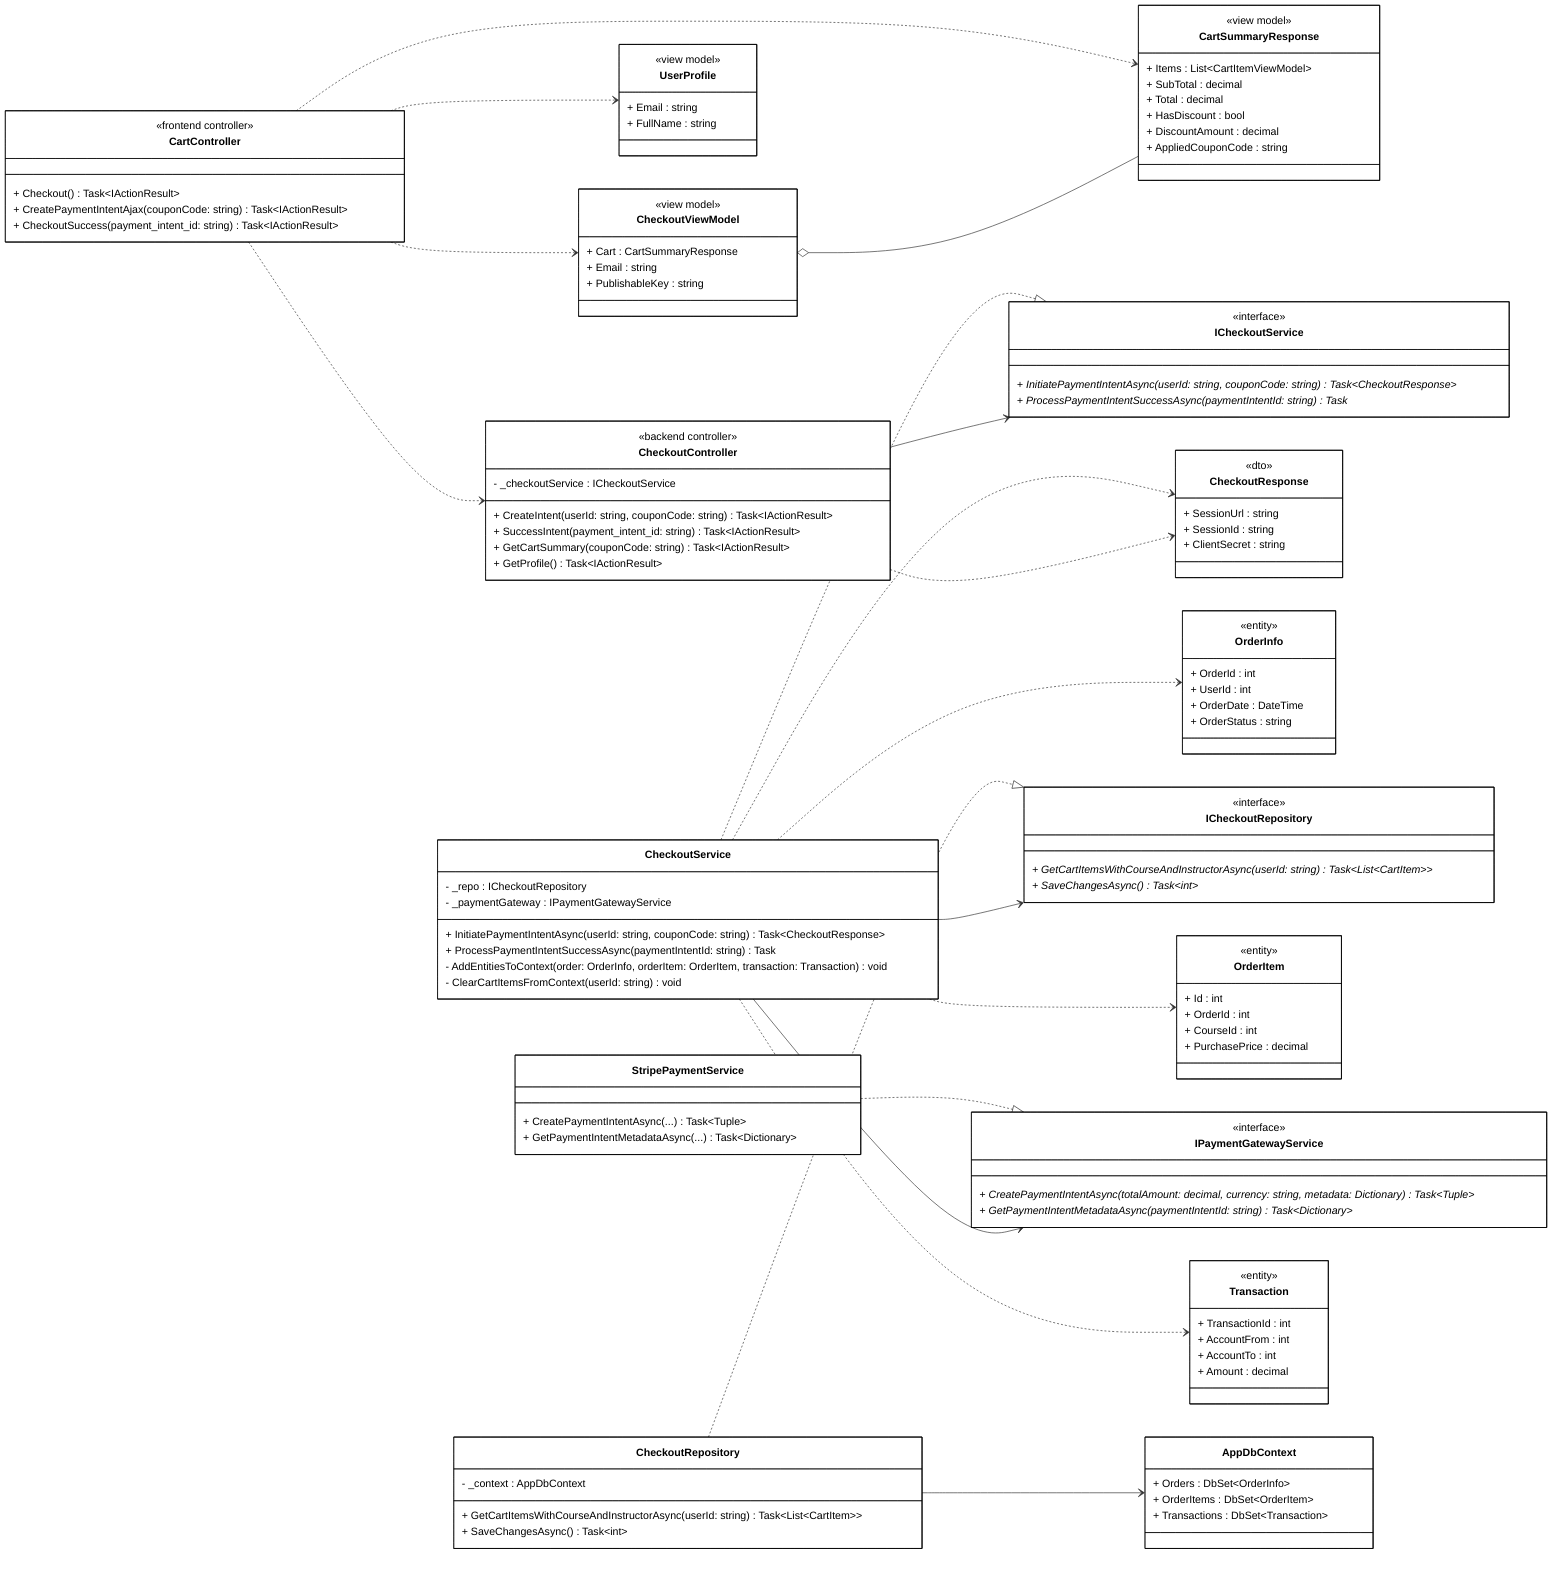
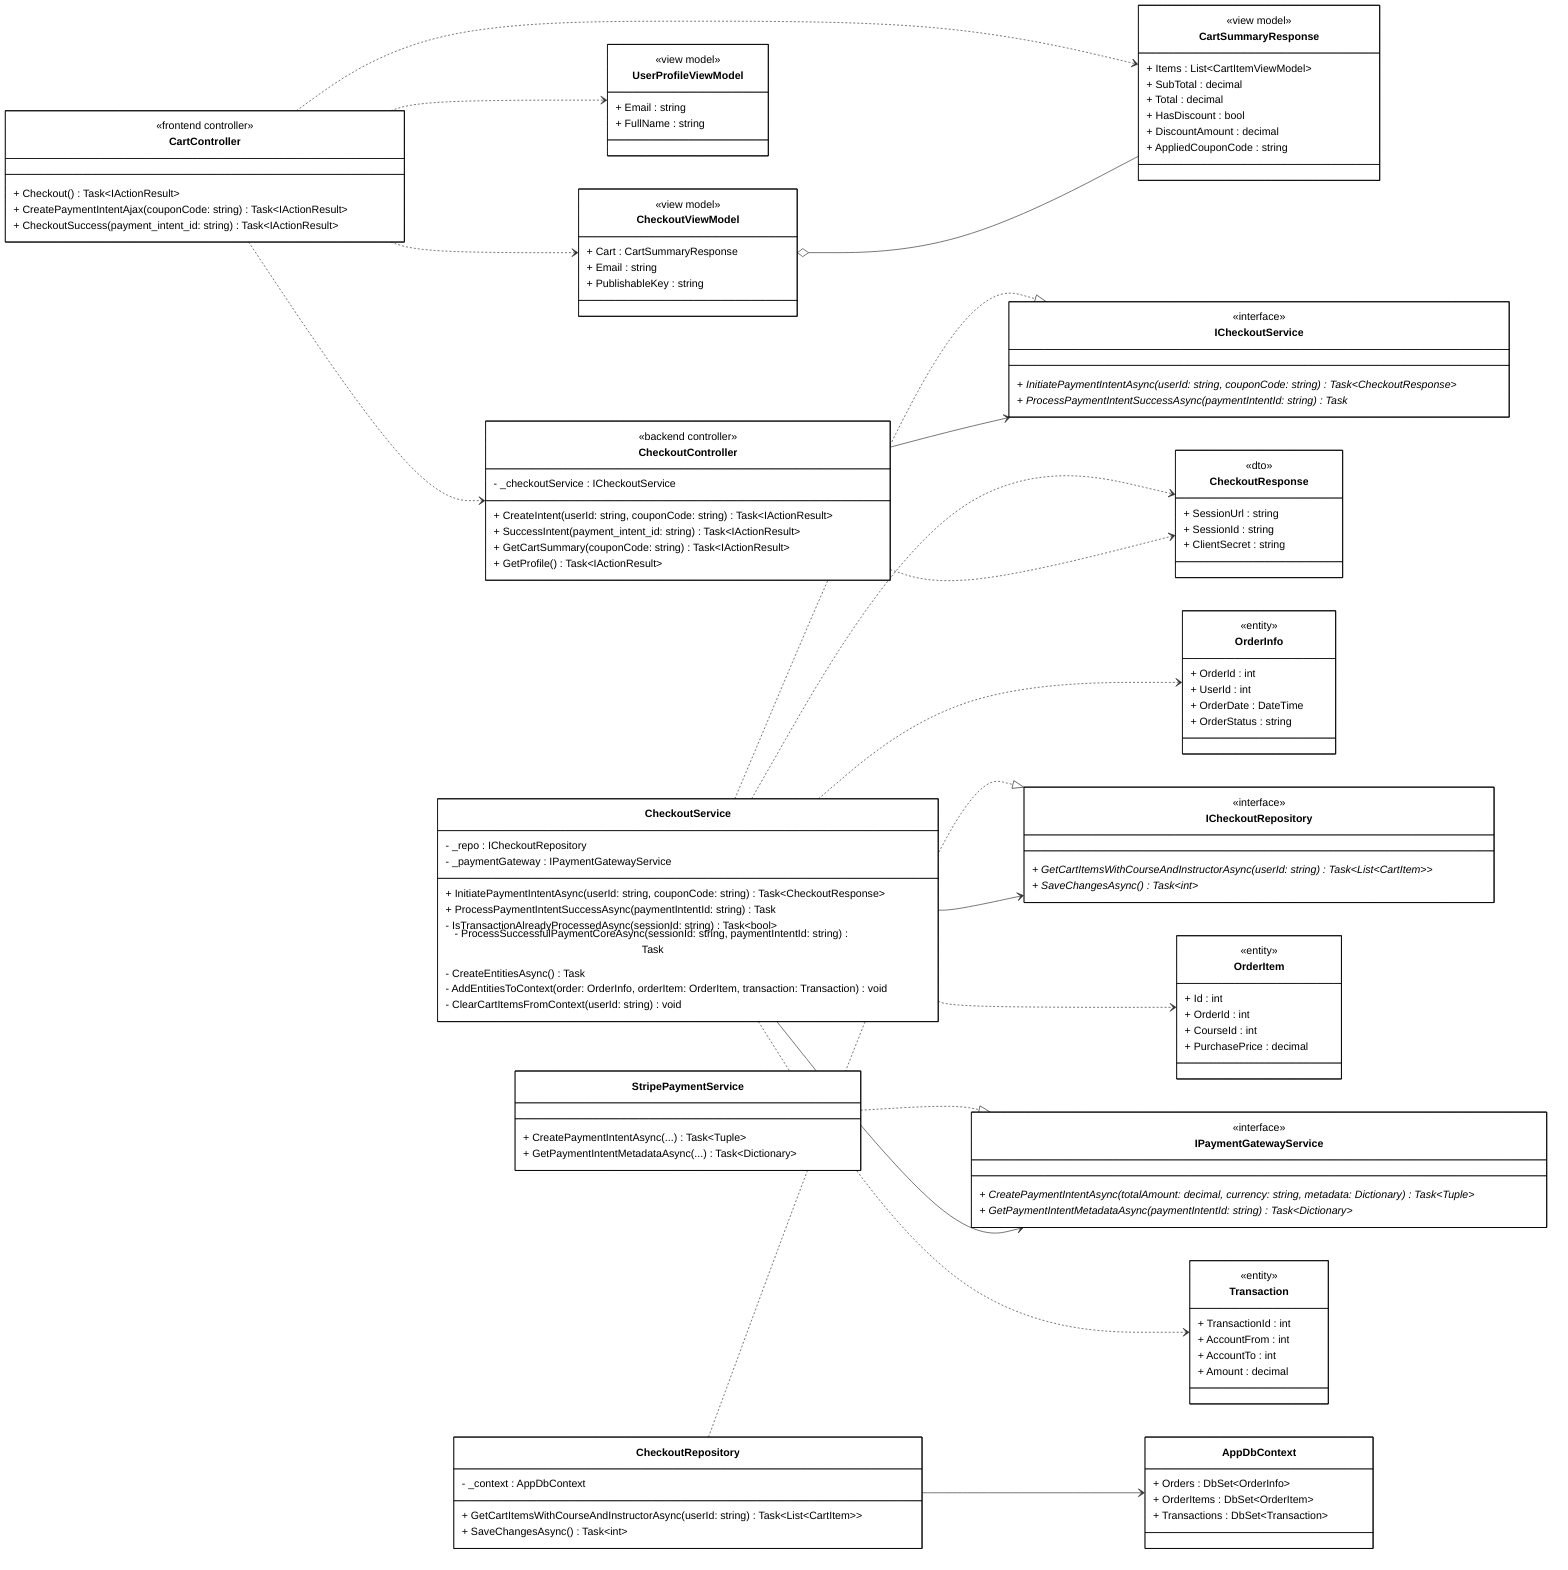
```mermaid
classDiagram
direction LR

%% ==================== FRONTEND ====================

class CartControllerFE["CartController"] {
    <<frontend controller>>
    + Checkout() Task~IActionResult~
    + CreatePaymentIntentAjax(couponCode: string) Task~IActionResult~
    + CheckoutSuccess(payment_intent_id: string) Task~IActionResult~
}

class CheckoutViewModel {
    <<view model>>
    + Cart : CartSummaryResponse
    + Email : string
    + PublishableKey : string
}

class CartSummaryResponse {
    <<view model>>
    + Items : List~CartItemViewModel~
    + SubTotal : decimal
    + Total : decimal
    + HasDiscount : bool
    + DiscountAmount : decimal
    + AppliedCouponCode : string
}

- class UserProfile {
+ class UserProfileViewModel {
    <<view model>>
    + Email : string
    + FullName : string
}

%% ==================== BACKEND - CONTROLLERS ====================

class CheckoutControllerBE["CheckoutController"] {
    <<backend controller>>
    - _checkoutService : ICheckoutService
    + CreateIntent(userId: string, couponCode: string) Task~IActionResult~
    + SuccessIntent(payment_intent_id: string) Task~IActionResult~
    + GetCartSummary(couponCode: string) Task~IActionResult~
    + GetProfile() Task~IActionResult~
}

%% ==================== BACKEND - DTOs ====================

class CheckoutResponse {
    <<dto>>
    + SessionUrl : string
    + SessionId : string
    + ClientSecret : string
}

%% ==================== BACKEND - DOMAIN ENTITIES ====================

class OrderInfo {
    <<entity>>
    + OrderId : int
    + UserId : int
    + OrderDate : DateTime
    + OrderStatus : string
}

class OrderItem {
    <<entity>>
    + Id : int
    + OrderId : int
    + CourseId : int
    + PurchasePrice : decimal
}

class Transaction {
    <<entity>>
    + TransactionId : int
    + AccountFrom : int
    + AccountTo : int
    + Amount : decimal
}

%% ==================== BACKEND - SERVICE INTERFACES ====================

class ICheckoutService {
    <<interface>>
    + InitiatePaymentIntentAsync(userId: string, couponCode: string) Task~CheckoutResponse~ *
    + ProcessPaymentIntentSuccessAsync(paymentIntentId: string) Task *
}

class ICheckoutRepository {
    <<interface>>
    + GetCartItemsWithCourseAndInstructorAsync(userId: string) Task~List~CartItem~~ *
    + SaveChangesAsync() Task~int~ *
}

class IPaymentGatewayService {
    <<interface>>
    + CreatePaymentIntentAsync(totalAmount: decimal, currency: string, metadata: Dictionary) Task~Tuple~ *
    + GetPaymentIntentMetadataAsync(paymentIntentId: string) Task~Dictionary~ *
}

%% ==================== BACKEND - IMPLEMENTATIONS ====================

class CheckoutService {
    - _repo : ICheckoutRepository
    - _paymentGateway : IPaymentGatewayService
    + InitiatePaymentIntentAsync(userId: string, couponCode: string) Task~CheckoutResponse~
    + ProcessPaymentIntentSuccessAsync(paymentIntentId: string) Task
+     - IsTransactionAlreadyProcessedAsync(sessionId: string) Task~bool~
+     - ProcessSuccessfulPaymentCoreAsync(sessionId: string, paymentIntentId: string) Task
+     - CreateEntitiesAsync() Task
    - AddEntitiesToContext(order: OrderInfo, orderItem: OrderItem, transaction: Transaction) void
    - ClearCartItemsFromContext(userId: string) void
}

class CheckoutRepository {
    - _context : AppDbContext
    + GetCartItemsWithCourseAndInstructorAsync(userId: string) Task~List~CartItem~~
    + SaveChangesAsync() Task~int~
}

class StripePaymentService {
    + CreatePaymentIntentAsync(...) Task~Tuple~
    + GetPaymentIntentMetadataAsync(...) Task~Dictionary~
}

class AppDbContext {
    + Orders : DbSet~OrderInfo~
    + OrderItems : DbSet~OrderItem~
    + Transactions : DbSet~Transaction~
}

%% ==================== RELATIONSHIPS ====================

%% === AGGREGATION ===
CheckoutViewModel o-- CartSummaryResponse

%% === UNIDIRECTIONAL ASSOCIATION (solid arrow) ===
CheckoutControllerBE --> ICheckoutService
CheckoutService --> ICheckoutRepository
CheckoutService --> IPaymentGatewayService
CheckoutRepository --> AppDbContext

%% === INTERFACE REALIZATION ===
CheckoutService ..|> ICheckoutService
CheckoutRepository ..|> ICheckoutRepository
StripePaymentService ..|> IPaymentGatewayService

%% === DEPENDENCY (dashed arrows) ===
CartControllerFE ..> CheckoutControllerBE

CartControllerFE ..> CheckoutViewModel
CartControllerFE ..> CartSummaryResponse
- CartControllerFE ..> UserProfile
+ CartControllerFE ..> UserProfileViewModel

CheckoutControllerBE ..> CheckoutResponse
CheckoutService ..> CheckoutResponse

CheckoutService ..> OrderInfo
CheckoutService ..> OrderItem
CheckoutService ..> Transaction

%% ==================== STYLES ====================

classDef default fill:#FFFFFF,stroke:#000000,stroke-width:1px,color:#000000
+ 
+ %% ==================== LINKS ====================
+ click CartControllerFE href "file:///c:/Users/binh4/source/repos/Linked/CourseMarketplaceFE/CourseMarketplaceFE/Controllers/CartController.cs"
+ click CheckoutViewModel href "file:///c:/Users/binh4/source/repos/Linked/CourseMarketplaceFE/CourseMarketplaceFE/Models/CheckoutViewModel.cs"
+ click CartSummaryResponse href "file:///c:/Users/binh4/source/repos/Linked/CourseMarketplaceBE/CourseMarketplaceBE/Application/DTOs/CartDTOs.cs"
+ click UserProfileViewModel href "file:///c:/Users/binh4/source/repos/Linked/CourseMarketplaceFE/CourseMarketplaceFE/Models/UserProfileViewModel.cs"
+ click CheckoutControllerBE href "file:///c:/Users/binh4/source/repos/Linked/CourseMarketplaceBE/CourseMarketplaceBE/Presentation/Controllers/CheckoutController.cs"
+ click CheckoutResponse href "file:///c:/Users/binh4/source/repos/Linked/CourseMarketplaceBE/CourseMarketplaceBE/Application/DTOs/CheckoutDTOs.cs"
+ click OrderInfo href "file:///c:/Users/binh4/source/repos/Linked/CourseMarketplaceBE/CourseMarketplaceBE/Domain/Entities/OrderInfo.cs"
+ click OrderItem href "file:///c:/Users/binh4/source/repos/Linked/CourseMarketplaceBE/CourseMarketplaceBE/Domain/Entities/OrderItem.cs"
+ click Transaction href "file:///c:/Users/binh4/source/repos/Linked/CourseMarketplaceBE/CourseMarketplaceBE/Domain/Entities/Transaction.cs"
+ click ICheckoutService href "file:///c:/Users/binh4/source/repos/Linked/CourseMarketplaceBE/CourseMarketplaceBE/Application/IServices/ICheckoutService.cs"
+ click ICheckoutRepository href "file:///c:/Users/binh4/source/repos/Linked/CourseMarketplaceBE/CourseMarketplaceBE/Domain/IRepositories/ICheckoutRepository.cs"
+ click IPaymentGatewayService href "file:///c:/Users/binh4/source/repos/Linked/CourseMarketplaceBE/CourseMarketplaceBE/Application/IServices/IPaymentGatewayService.cs"
+ click CheckoutService href "file:///c:/Users/binh4/source/repos/Linked/CourseMarketplaceBE/CourseMarketplaceBE/Application/Services/CheckoutService.cs"
+ click CheckoutRepository href "file:///c:/Users/binh4/source/repos/Linked/CourseMarketplaceBE/CourseMarketplaceBE/Infrastructure/Repositories/CheckoutRepository.cs"
+ click StripePaymentService href "file:///c:/Users/binh4/source/repos/Linked/CourseMarketplaceBE/CourseMarketplaceBE/Infrastructure/Services/StripePaymentService.cs"
+ click AppDbContext href "file:///c:/Users/binh4/source/repos/Linked/CourseMarketplaceBE/CourseMarketplaceBE/Infrastructure/Data/AppDbContext.cs"
```
